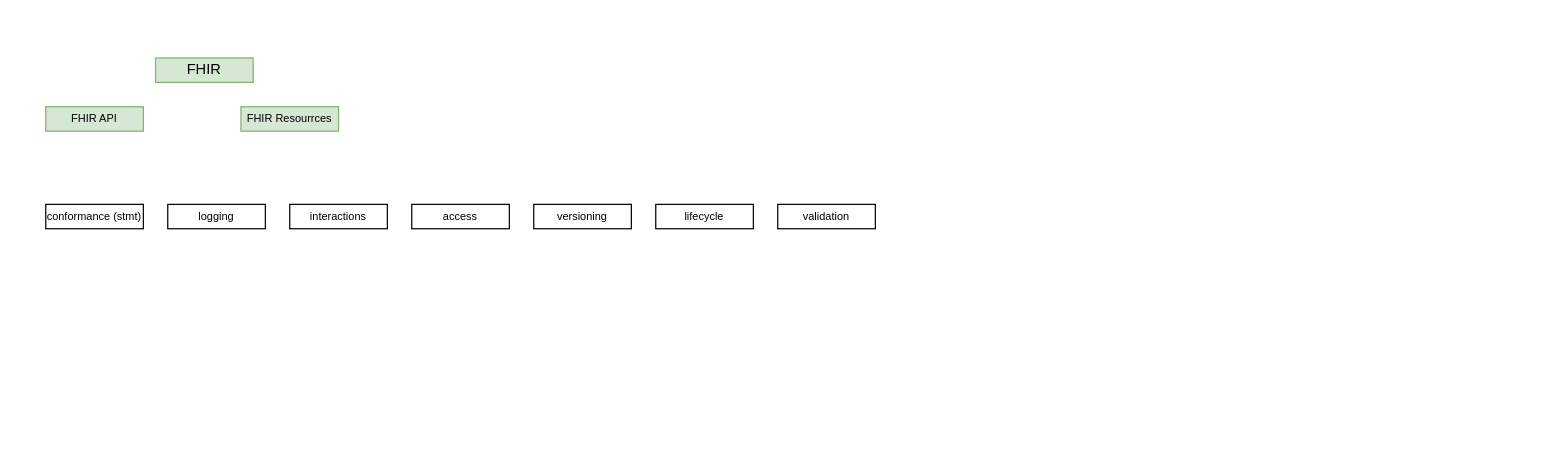
This is topics/KT2.0 Documentation Topics.drawio from Koppeltaal/Koppeltaal-2.0-Specificaties-en-Architectuur, a draw.io file, before an edit. Source tidied: cells renumbered, new cells numbered last; positions are measured from the earlier drawing's top-left corner, leaving out a move shared by most shapes. Both pictures are drawn from the tidied source at 122%, with x=0, y=0 at pixel (45, 57).
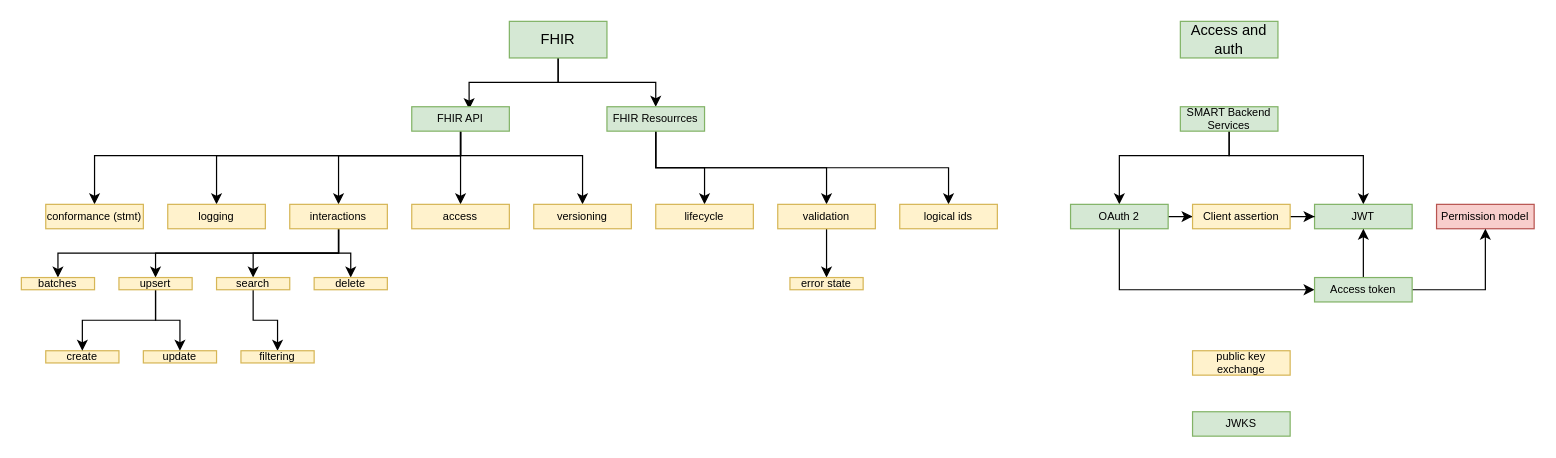
The same page after the edit.

Diff of the diagram source:
```diff
@@
+    <mxCell id="12" style="edgeStyle=orthogonalEdgeStyle;rounded=0;jettySize=auto;html=1;entryX=0.588;entryY=0.1;entryDx=0;entryDy=0;entryPerimeter=0;fontSize=9;" parent="1" edge="1" source="2" target="3">
+      <mxGeometry relative="1" as="geometry" />
+    </mxCell>
+    <mxCell id="13" style="edgeStyle=orthogonalEdgeStyle;rounded=0;jettySize=auto;html=1;entryX=0.5;entryY=0;entryDx=0;entryDy=0;fontSize=9;" parent="1" edge="1" source="2" target="4">
+      <mxGeometry relative="1" as="geometry" />
+    </mxCell>
     <mxCell id="2" value="FHIR" style="rounded=0;whiteSpace=wrap;html=1;fillColor=#d5e8d4;strokeColor=#82b366;" parent="1" vertex="1">
-      <mxGeometry x="90" width="80" height="20" as="geometry" />
+      <mxGeometry x="380" y="-30" width="80" height="30" as="geometry" />
     </mxCell>
+    <mxCell id="14" style="edgeStyle=orthogonalEdgeStyle;rounded=0;jettySize=auto;html=1;entryX=0.5;entryY=0;entryDx=0;entryDy=0;fontSize=9;" parent="1" edge="1" source="3" target="9">
+      <mxGeometry relative="1" as="geometry">
+        <Array as="points">
+          <mxPoint x="340" y="80" />
+          <mxPoint x="440" y="80" />
+        </Array>
+      </mxGeometry>
+    </mxCell>
+    <mxCell id="15" style="edgeStyle=orthogonalEdgeStyle;rounded=0;jettySize=auto;html=1;entryX=0.5;entryY=0;entryDx=0;entryDy=0;fontSize=9;" parent="1" edge="1" source="3" target="8">
+      <mxGeometry relative="1" as="geometry" />
+    </mxCell>
+    <mxCell id="16" style="edgeStyle=orthogonalEdgeStyle;rounded=0;jettySize=auto;html=1;entryX=0.5;entryY=0;entryDx=0;entryDy=0;fontSize=9;" parent="1" edge="1" source="3" target="7">
+      <mxGeometry relative="1" as="geometry">
+        <Array as="points">
+          <mxPoint x="340" y="80" />
+          <mxPoint x="240" y="80" />
+        </Array>
+      </mxGeometry>
+    </mxCell>
+    <mxCell id="17" style="edgeStyle=orthogonalEdgeStyle;rounded=0;jettySize=auto;html=1;fontSize=9;" parent="1" edge="1" source="3" target="6">
+      <mxGeometry relative="1" as="geometry">
+        <Array as="points">
+          <mxPoint x="340" y="80" />
+          <mxPoint x="140" y="80" />
+        </Array>
+      </mxGeometry>
+    </mxCell>
+    <mxCell id="18" style="edgeStyle=orthogonalEdgeStyle;rounded=0;jettySize=auto;html=1;entryX=0.5;entryY=0;entryDx=0;entryDy=0;fontSize=9;" parent="1" edge="1" source="3" target="5">
+      <mxGeometry relative="1" as="geometry">
+        <Array as="points">
+          <mxPoint x="340" y="80" />
+          <mxPoint x="40" y="80" />
+        </Array>
+      </mxGeometry>
+    </mxCell>
     <mxCell id="3" value="&lt;font style=&quot;font-size: 9px;&quot;&gt;FHIR API&lt;/font&gt;" style="rounded=0;whiteSpace=wrap;html=1;fillColor=#d5e8d4;strokeColor=#82b366;fontSize=9;" parent="1" vertex="1">
-      <mxGeometry y="40" width="80" height="20" as="geometry" />
+      <mxGeometry x="300" y="40" width="80" height="20" as="geometry" />
     </mxCell>
+    <mxCell id="19" style="edgeStyle=orthogonalEdgeStyle;rounded=0;jettySize=auto;html=1;entryX=0.5;entryY=0;entryDx=0;entryDy=0;fontSize=9;" parent="1" edge="1" source="4" target="10">
+      <mxGeometry relative="1" as="geometry" />
+    </mxCell>
+    <mxCell id="20" style="edgeStyle=orthogonalEdgeStyle;rounded=0;jettySize=auto;html=1;entryX=0.5;entryY=0;entryDx=0;entryDy=0;fontSize=9;" parent="1" edge="1" source="4" target="11">
+      <mxGeometry relative="1" as="geometry">
+        <Array as="points">
+          <mxPoint x="500" y="90" />
+          <mxPoint x="640" y="90" />
+        </Array>
+      </mxGeometry>
+    </mxCell>
+    <mxCell id="21" style="edgeStyle=orthogonalEdgeStyle;rounded=0;jettySize=auto;html=1;fontSize=9;" parent="1" edge="1" source="4" target="27">
+      <mxGeometry relative="1" as="geometry">
+        <Array as="points">
+          <mxPoint x="500" y="90" />
+          <mxPoint x="740" y="90" />
+        </Array>
+      </mxGeometry>
+    </mxCell>
     <mxCell id="4" value="&lt;font style=&quot;font-size: 9px;&quot;&gt;FHIR Resourrces&lt;/font&gt;" style="rounded=0;whiteSpace=wrap;html=1;fillColor=#d5e8d4;strokeColor=#82b366;fontSize=9;" parent="1" vertex="1">
-      <mxGeometry x="160" y="40" width="80" height="20" as="geometry" />
+      <mxGeometry x="460" y="40" width="80" height="20" as="geometry" />
     </mxCell>
-    <mxCell id="5" value="&lt;span style=&quot;text-align: start;&quot;&gt;conformance (stmt)&lt;/span&gt;" style="rounded=0;whiteSpace=wrap;html=1;fontSize=9;" parent="1" vertex="1">
+    <mxCell id="5" value="&lt;span style=&quot;text-align: start;&quot;&gt;conformance (stmt)&lt;/span&gt;" style="rounded=0;whiteSpace=wrap;html=1;fontSize=9;fillColor=#fff2cc;strokeColor=#d6b656;" parent="1" vertex="1">
       <mxGeometry y="120" width="80" height="20" as="geometry" />
     </mxCell>
-    <mxCell id="6" value="&lt;div style=&quot;text-align: start;&quot;&gt;logging&lt;/div&gt;" style="rounded=0;whiteSpace=wrap;html=1;fontSize=9;" parent="1" vertex="1">
+    <mxCell id="6" value="&lt;div style=&quot;text-align: start;&quot;&gt;logging&lt;/div&gt;" style="rounded=0;whiteSpace=wrap;html=1;fontSize=9;fillColor=#fff2cc;strokeColor=#d6b656;" parent="1" vertex="1">
       <mxGeometry x="100" y="120" width="80" height="20" as="geometry" />
     </mxCell>
+    <mxCell id="22" style="edgeStyle=orthogonalEdgeStyle;rounded=0;jettySize=auto;html=1;entryX=0.5;entryY=0;entryDx=0;entryDy=0;fontSize=9;" parent="1" edge="1" source="7" target="33">
+      <mxGeometry relative="1" as="geometry" />
+    </mxCell>
+    <mxCell id="23" style="edgeStyle=orthogonalEdgeStyle;rounded=0;jettySize=auto;html=1;entryX=0.5;entryY=0;entryDx=0;entryDy=0;fontSize=9;" parent="1" edge="1" source="7" target="31">
+      <mxGeometry relative="1" as="geometry" />
+    </mxCell>
+    <mxCell id="24" style="edgeStyle=orthogonalEdgeStyle;rounded=0;jettySize=auto;html=1;entryX=0.5;entryY=0;entryDx=0;entryDy=0;fontSize=9;" parent="1" edge="1" source="7" target="36">
+      <mxGeometry relative="1" as="geometry">
+        <Array as="points">
+          <mxPoint x="240" y="160" />
+          <mxPoint x="90" y="160" />
+        </Array>
+      </mxGeometry>
+    </mxCell>
+    <mxCell id="25" style="edgeStyle=orthogonalEdgeStyle;rounded=0;jettySize=auto;html=1;entryX=0.5;entryY=0;entryDx=0;entryDy=0;fontSize=9;" parent="1" edge="1" source="7" target="28">
+      <mxGeometry relative="1" as="geometry">
+        <Array as="points">
+          <mxPoint x="240" y="160" />
+          <mxPoint x="10" y="160" />
+        </Array>
+      </mxGeometry>
+    </mxCell>
-    <mxCell id="7" value="&lt;div style=&quot;text-align: start;&quot;&gt;interactions&lt;/div&gt;" style="rounded=0;whiteSpace=wrap;html=1;fontSize=9;" parent="1" vertex="1">
+    <mxCell id="7" value="&lt;div style=&quot;text-align: start;&quot;&gt;interactions&lt;/div&gt;" style="rounded=0;whiteSpace=wrap;html=1;fontSize=9;fillColor=#fff2cc;strokeColor=#d6b656;" parent="1" vertex="1">
       <mxGeometry x="200" y="120" width="80" height="20" as="geometry" />
     </mxCell>
-    <mxCell id="8" value="&lt;div style=&quot;text-align: start;&quot;&gt;access&lt;/div&gt;" style="rounded=0;whiteSpace=wrap;html=1;fontSize=9;" parent="1" vertex="1">
+    <mxCell id="8" value="&lt;div style=&quot;text-align: start;&quot;&gt;access&lt;/div&gt;" style="rounded=0;whiteSpace=wrap;html=1;fontSize=9;fillColor=#fff2cc;strokeColor=#d6b656;" parent="1" vertex="1">
       <mxGeometry x="300" y="120" width="80" height="20" as="geometry" />
     </mxCell>
-    <mxCell id="9" value="&lt;div style=&quot;text-align: start;&quot;&gt;versioning&lt;/div&gt;" style="rounded=0;whiteSpace=wrap;html=1;fontSize=9;" parent="1" vertex="1">
+    <mxCell id="9" value="&lt;div style=&quot;text-align: start;&quot;&gt;versioning&lt;/div&gt;" style="rounded=0;whiteSpace=wrap;html=1;fontSize=9;fillColor=#fff2cc;strokeColor=#d6b656;" parent="1" vertex="1">
       <mxGeometry x="400" y="120" width="80" height="20" as="geometry" />
     </mxCell>
-    <mxCell id="10" value="&lt;div style=&quot;text-align: start;&quot;&gt;lifecycle&lt;/div&gt;" style="rounded=0;whiteSpace=wrap;html=1;fontSize=9;" parent="1" vertex="1">
+    <mxCell id="10" value="&lt;div style=&quot;text-align: start;&quot;&gt;lifecycle&lt;/div&gt;" style="rounded=0;whiteSpace=wrap;html=1;fontSize=9;fillColor=#fff2cc;strokeColor=#d6b656;" parent="1" vertex="1">
       <mxGeometry x="500" y="120" width="80" height="20" as="geometry" />
     </mxCell>
+    <mxCell id="26" style="edgeStyle=orthogonalEdgeStyle;rounded=0;jettySize=auto;html=1;entryX=0.5;entryY=0;entryDx=0;entryDy=0;fontSize=9;" parent="1" edge="1" source="11" target="38">
+      <mxGeometry relative="1" as="geometry" />
+    </mxCell>
-    <mxCell id="11" value="&lt;div style=&quot;text-align: start;&quot;&gt;validation&lt;/div&gt;" style="rounded=0;whiteSpace=wrap;html=1;fontSize=9;" parent="1" vertex="1">
+    <mxCell id="11" value="&lt;div style=&quot;text-align: start;&quot;&gt;validation&lt;/div&gt;" style="rounded=0;whiteSpace=wrap;html=1;fontSize=9;fillColor=#fff2cc;strokeColor=#d6b656;" parent="1" vertex="1">
       <mxGeometry x="600" y="120" width="80" height="20" as="geometry" />
     </mxCell>
+    <mxCell id="27" value="&lt;div style=&quot;text-align: start;&quot;&gt;logical ids&lt;/div&gt;" style="rounded=0;whiteSpace=wrap;html=1;fontSize=9;fillColor=#fff2cc;strokeColor=#d6b656;" parent="1" vertex="1">
+      <mxGeometry x="700" y="120" width="80" height="20" as="geometry" />
+    </mxCell>
+    <mxCell id="28" value="&lt;span style=&quot;text-align: start;&quot;&gt;batches&lt;/span&gt;" style="rounded=0;whiteSpace=wrap;html=1;fontSize=9;fillColor=#fff2cc;strokeColor=#d6b656;" parent="1" vertex="1">
+      <mxGeometry x="-20" y="180" width="60" height="10" as="geometry" />
+    </mxCell>
+    <mxCell id="29" value="&lt;div style=&quot;text-align: start;&quot;&gt;create&lt;/div&gt;" style="rounded=0;whiteSpace=wrap;html=1;fontSize=9;fillColor=#fff2cc;strokeColor=#d6b656;" parent="1" vertex="1">
+      <mxGeometry y="240" width="60" height="10" as="geometry" />
+    </mxCell>
+    <mxCell id="30" style="edgeStyle=orthogonalEdgeStyle;rounded=0;jettySize=auto;html=1;entryX=0.5;entryY=0;entryDx=0;entryDy=0;fontSize=9;" parent="1" edge="1" source="31" target="37">
+      <mxGeometry relative="1" as="geometry" />
+    </mxCell>
+    <mxCell id="31" value="&lt;div style=&quot;text-align: start;&quot;&gt;search&lt;/div&gt;" style="rounded=0;whiteSpace=wrap;html=1;fontSize=9;fillColor=#fff2cc;strokeColor=#d6b656;" parent="1" vertex="1">
+      <mxGeometry x="140" y="180" width="60" height="10" as="geometry" />
+    </mxCell>
+    <mxCell id="32" value="&lt;div style=&quot;text-align: start;&quot;&gt;update&lt;/div&gt;" style="rounded=0;whiteSpace=wrap;html=1;fontSize=9;fillColor=#fff2cc;strokeColor=#d6b656;" parent="1" vertex="1">
+      <mxGeometry x="80" y="240" width="60" height="10" as="geometry" />
+    </mxCell>
+    <mxCell id="33" value="&lt;div style=&quot;text-align: start;&quot;&gt;delete&lt;/div&gt;" style="rounded=0;whiteSpace=wrap;html=1;fontSize=9;fillColor=#fff2cc;strokeColor=#d6b656;" parent="1" vertex="1">
+      <mxGeometry x="220" y="180" width="60" height="10" as="geometry" />
+    </mxCell>
+    <mxCell id="34" style="edgeStyle=orthogonalEdgeStyle;rounded=0;jettySize=auto;html=1;entryX=0.5;entryY=0;entryDx=0;entryDy=0;fontSize=9;" parent="1" edge="1" source="36" target="32">
+      <mxGeometry relative="1" as="geometry" />
+    </mxCell>
+    <mxCell id="35" style="edgeStyle=orthogonalEdgeStyle;rounded=0;jettySize=auto;html=1;entryX=0.5;entryY=0;entryDx=0;entryDy=0;fontSize=9;" parent="1" edge="1" source="36" target="29">
+      <mxGeometry relative="1" as="geometry" />
+    </mxCell>
+    <mxCell id="36" value="&lt;div style=&quot;text-align: start;&quot;&gt;upsert&lt;/div&gt;" style="rounded=0;whiteSpace=wrap;html=1;fontSize=9;fillColor=#fff2cc;strokeColor=#d6b656;" parent="1" vertex="1">
+      <mxGeometry x="60" y="180" width="60" height="10" as="geometry" />
+    </mxCell>
+    <mxCell id="37" value="&lt;div style=&quot;text-align: start;&quot;&gt;filtering&lt;/div&gt;" style="rounded=0;whiteSpace=wrap;html=1;fontSize=9;fillColor=#fff2cc;strokeColor=#d6b656;" parent="1" vertex="1">
+      <mxGeometry x="160" y="240" width="60" height="10" as="geometry" />
+    </mxCell>
+    <mxCell id="38" value="&lt;div style=&quot;text-align: start;&quot;&gt;error state&lt;/div&gt;" style="rounded=0;whiteSpace=wrap;html=1;fontSize=9;fillColor=#fff2cc;strokeColor=#d6b656;" parent="1" vertex="1">
+      <mxGeometry x="610" y="180" width="60" height="10" as="geometry" />
+    </mxCell>
+    <mxCell id="39" value="Access and auth" style="rounded=0;whiteSpace=wrap;html=1;fillColor=#d5e8d4;strokeColor=#82b366;" parent="1" vertex="1">
+      <mxGeometry x="930" y="-30" width="80" height="30" as="geometry" />
+    </mxCell>
+    <mxCell id="40" style="edgeStyle=orthogonalEdgeStyle;rounded=0;jettySize=auto;html=1;entryX=0.5;entryY=0;entryDx=0;entryDy=0;fontSize=9;" parent="1" edge="1" source="42" target="45">
+      <mxGeometry relative="1" as="geometry">
+        <Array as="points">
+          <mxPoint x="970" y="80" />
+          <mxPoint x="880" y="80" />
+        </Array>
+      </mxGeometry>
+    </mxCell>
+    <mxCell id="41" style="edgeStyle=orthogonalEdgeStyle;rounded=0;jettySize=auto;html=1;entryX=0.5;entryY=0;entryDx=0;entryDy=0;fontSize=9;" parent="1" edge="1" source="42" target="46">
+      <mxGeometry relative="1" as="geometry">
+        <Array as="points">
+          <mxPoint x="970" y="80" />
+          <mxPoint x="1080" y="80" />
+        </Array>
+      </mxGeometry>
+    </mxCell>
+    <mxCell id="42" value="&lt;font style=&quot;font-size: 9px;&quot;&gt;SMART Backend Services&lt;/font&gt;" style="rounded=0;whiteSpace=wrap;html=1;fillColor=#d5e8d4;strokeColor=#82b366;fontSize=9;" parent="1" vertex="1">
+      <mxGeometry x="930" y="40" width="80" height="20" as="geometry" />
+    </mxCell>
+    <mxCell id="43" style="edgeStyle=orthogonalEdgeStyle;rounded=0;jettySize=auto;html=1;entryX=0;entryY=0.5;entryDx=0;entryDy=0;fontSize=9;" parent="1" edge="1" source="45" target="48">
+      <mxGeometry relative="1" as="geometry" />
+    </mxCell>
+    <mxCell id="44" style="edgeStyle=orthogonalEdgeStyle;rounded=0;jettySize=auto;html=1;entryX=0;entryY=0.5;entryDx=0;entryDy=0;fontSize=9;" parent="1" edge="1" source="45" target="52">
+      <mxGeometry relative="1" as="geometry">
+        <Array as="points">
+          <mxPoint x="880" y="190" />
+        </Array>
+      </mxGeometry>
+    </mxCell>
+    <mxCell id="45" value="&lt;font style=&quot;font-size: 9px;&quot;&gt;OAuth 2&lt;/font&gt;" style="rounded=0;whiteSpace=wrap;html=1;fillColor=#d5e8d4;strokeColor=#82b366;fontSize=9;" parent="1" vertex="1">
+      <mxGeometry x="840" y="120" width="80" height="20" as="geometry" />
+    </mxCell>
+    <mxCell id="46" value="&lt;font style=&quot;font-size: 9px;&quot;&gt;JWT&lt;/font&gt;" style="rounded=0;whiteSpace=wrap;html=1;fillColor=#d5e8d4;strokeColor=#82b366;fontSize=9;" parent="1" vertex="1">
+      <mxGeometry x="1040" y="120" width="80" height="20" as="geometry" />
+    </mxCell>
+    <mxCell id="47" style="edgeStyle=orthogonalEdgeStyle;rounded=0;jettySize=auto;html=1;entryX=0;entryY=0.5;entryDx=0;entryDy=0;fontSize=9;" parent="1" edge="1" source="48" target="46">
+      <mxGeometry relative="1" as="geometry" />
+    </mxCell>
+    <mxCell id="48" value="&lt;font style=&quot;font-size: 9px;&quot;&gt;Client assertion&lt;/font&gt;" style="rounded=0;whiteSpace=wrap;html=1;fillColor=#fff2cc;strokeColor=#d6b656;fontSize=9;" parent="1" vertex="1">
+      <mxGeometry x="940" y="120" width="80" height="20" as="geometry" />
+    </mxCell>
+    <mxCell id="49" value="&lt;font style=&quot;font-size: 9px;&quot;&gt;Permission model&lt;/font&gt;" style="rounded=0;whiteSpace=wrap;html=1;fillColor=#f8cecc;strokeColor=#b85450;fontSize=9;" parent="1" vertex="1">
+      <mxGeometry x="1140" y="120" width="80" height="20" as="geometry" />
+    </mxCell>
+    <mxCell id="50" style="edgeStyle=orthogonalEdgeStyle;rounded=0;jettySize=auto;html=1;entryX=0.5;entryY=1;entryDx=0;entryDy=0;fontSize=9;" parent="1" edge="1" source="52" target="49">
+      <mxGeometry relative="1" as="geometry" />
+    </mxCell>
+    <mxCell id="51" style="edgeStyle=orthogonalEdgeStyle;rounded=0;jettySize=auto;html=1;entryX=0.5;entryY=1;entryDx=0;entryDy=0;fontSize=9;" parent="1" edge="1" source="52" target="46">
+      <mxGeometry relative="1" as="geometry" />
+    </mxCell>
+    <mxCell id="52" value="&lt;div style=&quot;text-align: start;&quot;&gt;Access token&lt;/div&gt;" style="rounded=0;whiteSpace=wrap;html=1;fontSize=9;fillColor=#d5e8d4;strokeColor=#82b366;" parent="1" vertex="1">
+      <mxGeometry x="1040" y="180" width="80" height="20" as="geometry" />
+    </mxCell>
+    <mxCell id="53" value="&lt;div style=&quot;&quot;&gt;public key exchange&lt;/div&gt;" style="rounded=0;whiteSpace=wrap;html=1;fontSize=9;fillColor=#fff2cc;strokeColor=#d6b656;align=center;" parent="1" vertex="1">
+      <mxGeometry x="940" y="240" width="80" height="20" as="geometry" />
+    </mxCell>
+    <mxCell id="54" value="&lt;font style=&quot;font-size: 9px;&quot;&gt;JWKS&lt;/font&gt;" style="rounded=0;whiteSpace=wrap;html=1;fillColor=#d5e8d4;strokeColor=#82b366;fontSize=9;" parent="1" vertex="1">
+      <mxGeometry x="940" y="290" width="80" height="20" as="geometry" />
+    </mxCell>
```
